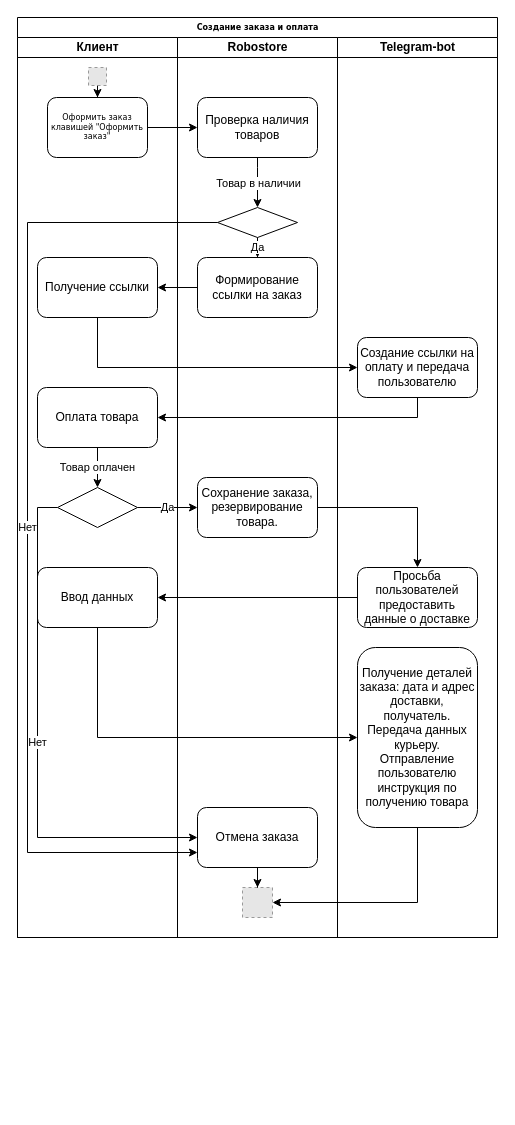
Before: computer-systems-design/lab2/проблема 2. диаграмма деятельности.drawio in KaluginaMarina/FourthYearOfItmo, a draw.io diagram. Source tidied: cells renumbered, new cells numbered last; positions are measured from the earlier drawing's top-left corner, leaving out a move shared by most shapes. Both pictures are drawn from the tidied source at 100%, with x=0, y=0 at pixel (17, 17). Pictures stored in the file or linked from it are replaced by grey dashed boxes.
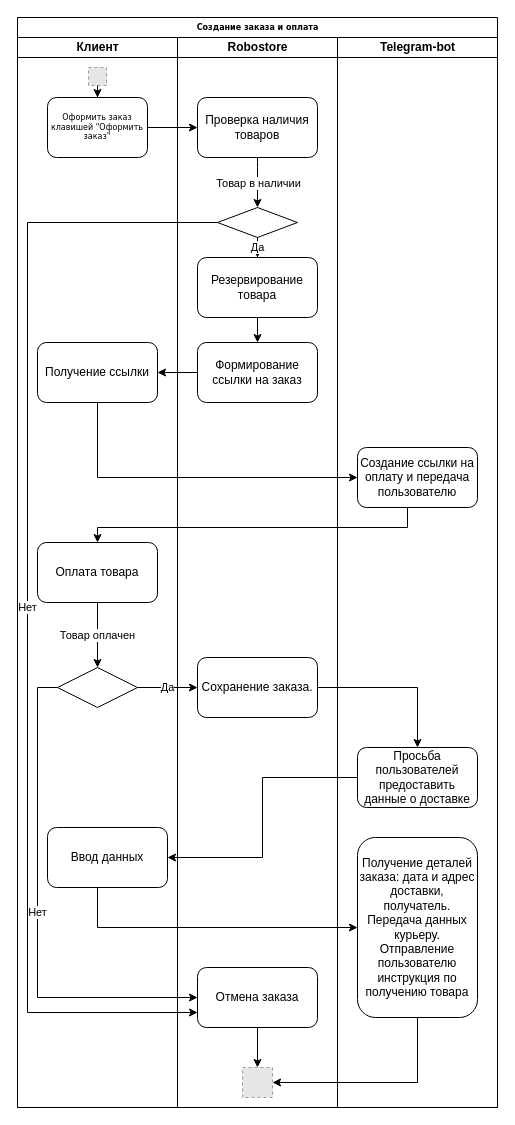
Above is the later version.

Unchanged cells that the change refers to:
```xml
<mxCell id="16" style="rhombus;whiteSpace=wrap;html=1;" parent="12" vertex="1">
  <mxGeometry x="40" y="170" width="80" height="30" as="geometry" />
</mxCell>
```

Change to the diagram source:
```diff
@@
     <mxCell id="2" value="Создание заказа и оплата" style="swimlane;html=1;startSize=20;rounded=0;shadow=0;labelBackgroundColor=none;strokeWidth=1;fontFamily=Verdana;fontSize=8;align=center;" parent="1" vertex="1">
-      <mxGeometry width="480" height="920" as="geometry" />
+      <mxGeometry width="480" height="1090" as="geometry" />
     </mxCell>
     <mxCell id="3" value="Клиент" style="swimlane;html=1;startSize=20;" parent="2" vertex="1">
-      <mxGeometry y="20" width="160" height="900" as="geometry" />
+      <mxGeometry y="20" width="160" height="1070" as="geometry" />
     </mxCell>
@@
+    <mxCell id="10" style="rhombus;whiteSpace=wrap;html=1;" parent="3" vertex="1">
+      <mxGeometry x="40" y="630" width="80" height="40" as="geometry" />
+    </mxCell>
@@
+    <mxCell id="8" value="Товар оплачен" style="edgeStyle=orthogonalEdgeStyle;rounded=0;jettySize=auto;html=1;" parent="3" edge="1" source="9" target="10">
+      <mxGeometry relative="1" as="geometry" />
+    </mxCell>
     <mxCell id="7" value="Получение ссылки" style="rounded=1;whiteSpace=wrap;html=1;" parent="3" vertex="1">
-      <mxGeometry x="20" y="220" width="120" height="60" as="geometry" />
+      <mxGeometry x="20" y="305" width="120" height="60" as="geometry" />
     </mxCell>
-    <mxCell id="8" value="Товар оплачен" style="edgeStyle=orthogonalEdgeStyle;rounded=0;jettySize=auto;html=1;" parent="3" edge="1" source="9" target="10">
-      <mxGeometry relative="1" as="geometry" />
-    </mxCell>
     <mxCell id="9" value="Оплата товара" style="rounded=1;whiteSpace=wrap;html=1;" parent="3" vertex="1">
-      <mxGeometry x="20" y="350" width="120" height="60" as="geometry" />
+      <mxGeometry x="20" y="505" width="120" height="60" as="geometry" />
     </mxCell>
-    <mxCell id="10" style="rhombus;whiteSpace=wrap;html=1;" parent="3" vertex="1">
-      <mxGeometry x="40" y="450" width="80" height="40" as="geometry" />
-    </mxCell>
     <mxCell id="11" value="Ввод данных" style="rounded=1;whiteSpace=wrap;html=1;" parent="3" vertex="1">
-      <mxGeometry x="20" y="530" width="120" height="60" as="geometry" />
+      <mxGeometry x="30" y="790" width="120" height="60" as="geometry" />
     </mxCell>
-    <mxCell id="12" value="Robostore" style="swimlane;html=1;startSize=20;" parent="2" vertex="1">
-      <mxGeometry x="160" y="20" width="160" height="900" as="geometry" />
+    <mxCell id="12" value="Robostore" style="swimlane;html=1;startSize=20;fillColor=#FFFFFF;" parent="2" vertex="1">
+      <mxGeometry x="160" y="20" width="160" height="1070" as="geometry" />
     </mxCell>
-    <mxCell id="13" value="Отмена заказа" style="rounded=1;whiteSpace=wrap;html=1;" parent="12" vertex="1">
-      <mxGeometry x="20" y="770" width="120" height="60" as="geometry" />
-    </mxCell>
+    <mxCell id="35" style="fillColor=#E6E6E6;strokeColor=#999999;dashed=1;html=1;verticalAlign=top;verticalLabelPosition=bottom;labelBackgroundColor=#ffffff;" parent="12" vertex="1">
+      <mxGeometry x="65" y="1030" width="30" height="30" as="geometry" />
+    </mxCell>
@@
+    <mxCell id="38" style="edgeStyle=orthogonalEdgeStyle;rounded=0;jettySize=auto;html=1;" parent="12" edge="1" source="17" target="39">
+      <mxGeometry relative="1" as="geometry" />
+    </mxCell>
-    <mxCell id="17" value="Формирование ссылки на заказ" style="rounded=1;whiteSpace=wrap;html=1;" parent="12" vertex="1">
+    <mxCell id="17" value="Резервирование товара" style="rounded=1;whiteSpace=wrap;html=1;" parent="12" vertex="1">
       <mxGeometry x="20" y="220" width="120" height="60" as="geometry" />
     </mxCell>
     <mxCell id="18" value="Нет" style="edgeStyle=orthogonalEdgeStyle;rounded=0;jettySize=auto;html=1;entryX=0;entryY=0.75;entryDx=0;entryDy=0;" parent="12" edge="1" source="16" target="13">
       <mxGeometry relative="1" as="geometry">
         <Array as="points">
           <mxPoint x="-150" y="185" />
-          <mxPoint x="-150" y="815" />
+          <mxPoint x="-150" y="975" />
         </Array>
       </mxGeometry>
     </mxCell>
+    <mxCell id="36" style="edgeStyle=orthogonalEdgeStyle;rounded=0;jettySize=auto;html=1;" parent="12" edge="1" source="13" target="35">
+      <mxGeometry relative="1" as="geometry" />
+    </mxCell>
+    <mxCell id="13" value="Отмена заказа" style="rounded=1;whiteSpace=wrap;html=1;" parent="12" vertex="1">
+      <mxGeometry x="20" y="930" width="120" height="60" as="geometry" />
+    </mxCell>
-    <mxCell id="19" value="Сохранение заказа,&lt;br&gt;резервирование товара." style="rounded=1;whiteSpace=wrap;html=1;" parent="12" vertex="1">
-      <mxGeometry x="20" y="440" width="120" height="60" as="geometry" />
+    <mxCell id="19" value="Сохранение заказа." style="rounded=1;whiteSpace=wrap;html=1;" parent="12" vertex="1">
+      <mxGeometry x="20" y="620" width="120" height="60" as="geometry" />
     </mxCell>
+    <mxCell id="39" value="&lt;span&gt;Формирование ссылки на заказ&lt;/span&gt;" style="rounded=1;whiteSpace=wrap;html=1;" parent="12" vertex="1">
+      <mxGeometry x="20" y="305" width="120" height="60" as="geometry" />
+    </mxCell>
     <mxCell id="20" value="Telegram-bot" style="swimlane;html=1;startSize=20;" parent="2" vertex="1">
-      <mxGeometry x="320" y="20" width="160" height="900" as="geometry" />
+      <mxGeometry x="320" y="20" width="160" height="1070" as="geometry" />
     </mxCell>
+    <mxCell id="23" value="&lt;span&gt;Получение деталей заказа: дата и адрес доставки, получатель. Передача данных курьеру.&lt;br&gt;Отправление пользователю инструкция по получению товара&lt;br&gt;&lt;/span&gt;" style="rounded=1;whiteSpace=wrap;html=1;" parent="20" vertex="1">
+      <mxGeometry x="20" y="800" width="120" height="180" as="geometry" />
+    </mxCell>
+    <mxCell id="22" value="Просьба пользователей предоставить данные о доставке" style="rounded=1;whiteSpace=wrap;html=1;" parent="20" vertex="1">
+      <mxGeometry x="20" y="710" width="120" height="60" as="geometry" />
+    </mxCell>
     <mxCell id="21" value="Создание ссылки на оплату и передача пользователю" style="rounded=1;whiteSpace=wrap;html=1;" parent="20" vertex="1">
-      <mxGeometry x="20" y="300" width="120" height="60" as="geometry" />
+      <mxGeometry x="20" y="410" width="120" height="60" as="geometry" />
     </mxCell>
-    <mxCell id="22" value="Просьба пользователей предоставить данные о доставке" style="rounded=1;whiteSpace=wrap;html=1;" parent="20" vertex="1">
-      <mxGeometry x="20" y="530" width="120" height="60" as="geometry" />
-    </mxCell>
-    <mxCell id="23" value="&lt;span&gt;Получение деталей заказа: дата и адрес доставки, получатель. Передача данных курьеру.&lt;br&gt;Отправление пользователю инструкция по получению товара&lt;br&gt;&lt;/span&gt;" style="rounded=1;whiteSpace=wrap;html=1;" parent="20" vertex="1">
-      <mxGeometry x="20" y="610" width="120" height="180" as="geometry" />
-    </mxCell>
@@
-    <mxCell id="25" style="edgeStyle=orthogonalEdgeStyle;rounded=0;jettySize=auto;html=1;" parent="2" edge="1" source="17" target="7">
-      <mxGeometry relative="1" as="geometry" />
-    </mxCell>
-    <mxCell id="26" style="edgeStyle=orthogonalEdgeStyle;rounded=0;jettySize=auto;html=1;entryX=0;entryY=0.5;entryDx=0;entryDy=0;" parent="2" edge="1" source="7" target="21">
-      <mxGeometry relative="1" as="geometry">
-        <Array as="points">
-          <mxPoint x="80" y="350" />
-        </Array>
-      </mxGeometry>
-    </mxCell>
-    <mxCell id="27" style="edgeStyle=orthogonalEdgeStyle;rounded=0;jettySize=auto;html=1;entryX=1;entryY=0.5;entryDx=0;entryDy=0;" parent="2" edge="1" source="21" target="9">
-      <mxGeometry relative="1" as="geometry">
-        <Array as="points">
-          <mxPoint x="400" y="400" />
-        </Array>
-      </mxGeometry>
-    </mxCell>
     <mxCell id="28" value="Нет" style="edgeStyle=orthogonalEdgeStyle;rounded=0;jettySize=auto;html=1;entryX=0;entryY=0.5;entryDx=0;entryDy=0;" parent="2" edge="1" source="10" target="13">
       <mxGeometry relative="1" as="geometry">
         <Array as="points">
-          <mxPoint x="20" y="490" />
-          <mxPoint x="20" y="820" />
+          <mxPoint x="20" y="670" />
+          <mxPoint x="20" y="980" />
         </Array>
       </mxGeometry>
     </mxCell>
@@
     <mxCell id="32" style="edgeStyle=orthogonalEdgeStyle;rounded=0;jettySize=auto;html=1;entryX=0;entryY=0.5;entryDx=0;entryDy=0;" parent="2" edge="1" source="11" target="23">
       <mxGeometry relative="1" as="geometry">
         <Array as="points">
-          <mxPoint x="80" y="720" />
+          <mxPoint x="80" y="910" />
         </Array>
       </mxGeometry>
     </mxCell>
+    <mxCell id="37" style="edgeStyle=orthogonalEdgeStyle;rounded=0;jettySize=auto;html=1;entryX=1;entryY=0.5;entryDx=0;entryDy=0;" parent="2" edge="1" source="23" target="35">
+      <mxGeometry relative="1" as="geometry">
+        <Array as="points">
+          <mxPoint x="400" y="1065" />
+        </Array>
+      </mxGeometry>
+    </mxCell>
+    <mxCell id="27" style="edgeStyle=orthogonalEdgeStyle;rounded=0;jettySize=auto;html=1;" parent="2" edge="1" source="21" target="9">
+      <mxGeometry relative="1" as="geometry">
+        <Array as="points">
+          <mxPoint x="390" y="510" />
+          <mxPoint x="80" y="510" />
+        </Array>
+      </mxGeometry>
+    </mxCell>
+    <mxCell id="40" style="edgeStyle=orthogonalEdgeStyle;rounded=0;jettySize=auto;html=1;" parent="2" edge="1" source="39" target="7">
+      <mxGeometry relative="1" as="geometry" />
+    </mxCell>
+    <mxCell id="26" style="edgeStyle=orthogonalEdgeStyle;rounded=0;jettySize=auto;html=1;entryX=0;entryY=0.5;entryDx=0;entryDy=0;" parent="2" edge="1" source="7" target="21">
+      <mxGeometry relative="1" as="geometry">
+        <Array as="points">
+          <mxPoint x="80" y="460" />
+        </Array>
+      </mxGeometry>
+    </mxCell>
@@
-    <mxCell id="35" style="fillColor=#E6E6E6;strokeColor=#999999;dashed=1;html=1;verticalAlign=top;verticalLabelPosition=bottom;labelBackgroundColor=#ffffff;" parent="1" vertex="1">
-      <mxGeometry x="225" y="870" width="30" height="30" as="geometry" />
-    </mxCell>
-    <mxCell id="36" style="edgeStyle=orthogonalEdgeStyle;rounded=0;jettySize=auto;html=1;" parent="1" edge="1" source="13" target="35">
-      <mxGeometry relative="1" as="geometry" />
-    </mxCell>
-    <mxCell id="37" style="edgeStyle=orthogonalEdgeStyle;rounded=0;jettySize=auto;html=1;entryX=1;entryY=0.5;entryDx=0;entryDy=0;" parent="1" edge="1" source="23" target="35">
-      <mxGeometry relative="1" as="geometry">
-        <Array as="points">
-          <mxPoint x="400" y="885" />
-        </Array>
-      </mxGeometry>
-    </mxCell>
```
